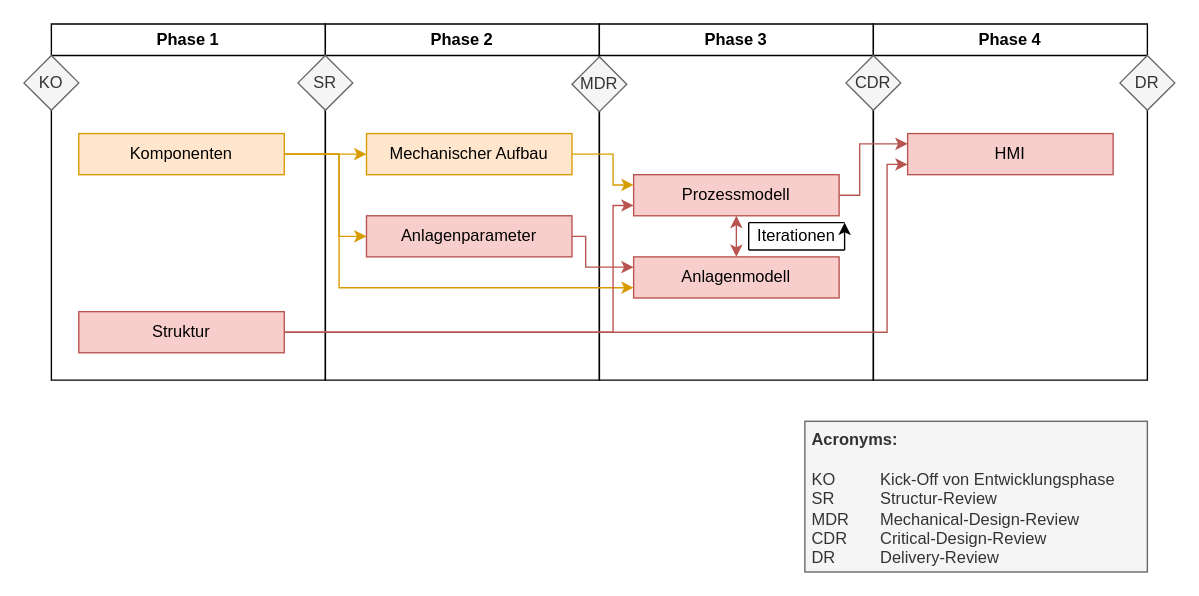
This is 03_Planung/02_Risikomanagement (Gate Planning)/GatePlanning.drawio from MrZabalu/MasterThesis, a draw.io file, before an edit. Source tidied: cells renumbered, new cells numbered last; positions are measured from the earlier drawing's top-left corner, leaving out a move shared by most shapes. Both pictures are drawn from the tidied source at 137%, with x=0, y=0 at pixel (23, 23).
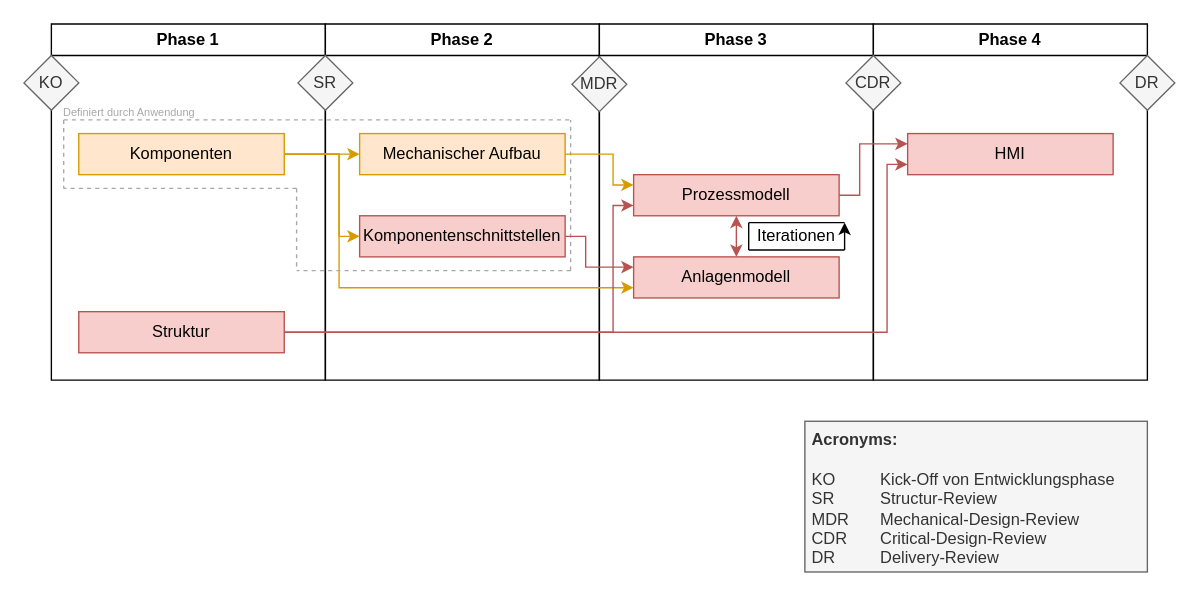
The same diagram, later.

Unchanged cells that the change refers to:
```xml
<mxCell id="2" value="Phase 1" style="swimlane;whiteSpace=wrap;html=1;swimlaneFillColor=none;" parent="1" vertex="1">
  <mxGeometry x="20" width="200" height="260" as="geometry" />
</mxCell>
<mxCell id="6" value="Phase 2" style="swimlane;whiteSpace=wrap;html=1;" parent="1" vertex="1">
  <mxGeometry x="220" width="200" height="260" as="geometry" />
</mxCell>
```

Diff of the diagram source:
```diff
@@
+    <mxCell id="33" style="endArrow=none;html=1;rounded=0;dashed=1;strokeColor=#A8A8A8;" parent="2" edge="1">
+      <mxGeometry relative="1" as="geometry">
+        <mxPoint x="9" y="70" as="sourcePoint" />
+        <mxPoint x="379" y="70" as="targetPoint" />
+      </mxGeometry>
+    </mxCell>
+    <mxCell id="34" value="Definiert durch Anwendung" style="text;html=1;align=left;verticalAlign=middle;whiteSpace=wrap;rounded=0;fontSize=8;fontColor=#A8A8A8;" parent="2" vertex="1">
+      <mxGeometry x="7" y="60" width="150" height="10" as="geometry" />
+    </mxCell>
@@
     <mxCell id="7" value="Mechanischer Aufbau" style="rounded=0;whiteSpace=wrap;html=1;fillColor=#ffe6cc;strokeColor=#d79b00;" parent="6" vertex="1">
-      <mxGeometry x="30" y="80" width="150" height="30" as="geometry" />
+      <mxGeometry x="25" y="80" width="150" height="30" as="geometry" />
     </mxCell>
-    <mxCell id="8" value="Anlagenparameter" style="rounded=0;whiteSpace=wrap;html=1;fillColor=#f8cecc;strokeColor=#b85450;" parent="6" vertex="1">
-      <mxGeometry x="30" y="140" width="150" height="30" as="geometry" />
+    <mxCell id="8" value="Komponentenschnittstellen" style="rounded=0;whiteSpace=wrap;html=1;fillColor=#f8cecc;strokeColor=#b85450;" parent="6" vertex="1">
+      <mxGeometry x="25" y="140" width="150" height="30" as="geometry" />
     </mxCell>
@@
+    <mxCell id="35" style="endArrow=none;html=1;rounded=0;dashed=1;strokeColor=#A8A8A8;" parent="6" edge="1">
+      <mxGeometry relative="1" as="geometry">
+        <mxPoint x="179" y="180" as="sourcePoint" />
+        <mxPoint x="179" y="70" as="targetPoint" />
+      </mxGeometry>
+    </mxCell>
@@
+    <mxCell id="36" style="endArrow=none;html=1;rounded=0;dashed=1;strokeColor=#A8A8A8;" parent="1" edge="1">
+      <mxGeometry relative="1" as="geometry">
+        <mxPoint x="399" y="180" as="sourcePoint" />
+        <mxPoint x="199" y="180" as="targetPoint" />
+      </mxGeometry>
+    </mxCell>
+    <mxCell id="37" style="endArrow=none;html=1;rounded=0;dashed=1;strokeColor=#A8A8A8;" parent="1" edge="1">
+      <mxGeometry relative="1" as="geometry">
+        <mxPoint x="199" y="120" as="sourcePoint" />
+        <mxPoint x="199" y="180" as="targetPoint" />
+      </mxGeometry>
+    </mxCell>
+    <mxCell id="38" style="endArrow=none;html=1;rounded=0;dashed=1;strokeColor=#A8A8A8;" parent="1" edge="1">
+      <mxGeometry relative="1" as="geometry">
+        <mxPoint x="199" y="120" as="sourcePoint" />
+        <mxPoint x="29" y="120" as="targetPoint" />
+      </mxGeometry>
+    </mxCell>
+    <mxCell id="39" style="endArrow=none;html=1;rounded=0;dashed=1;strokeColor=#A8A8A8;" parent="1" edge="1">
+      <mxGeometry relative="1" as="geometry">
+        <mxPoint x="29" y="70" as="sourcePoint" />
+        <mxPoint x="29" y="120" as="targetPoint" />
+      </mxGeometry>
+    </mxCell>
```
